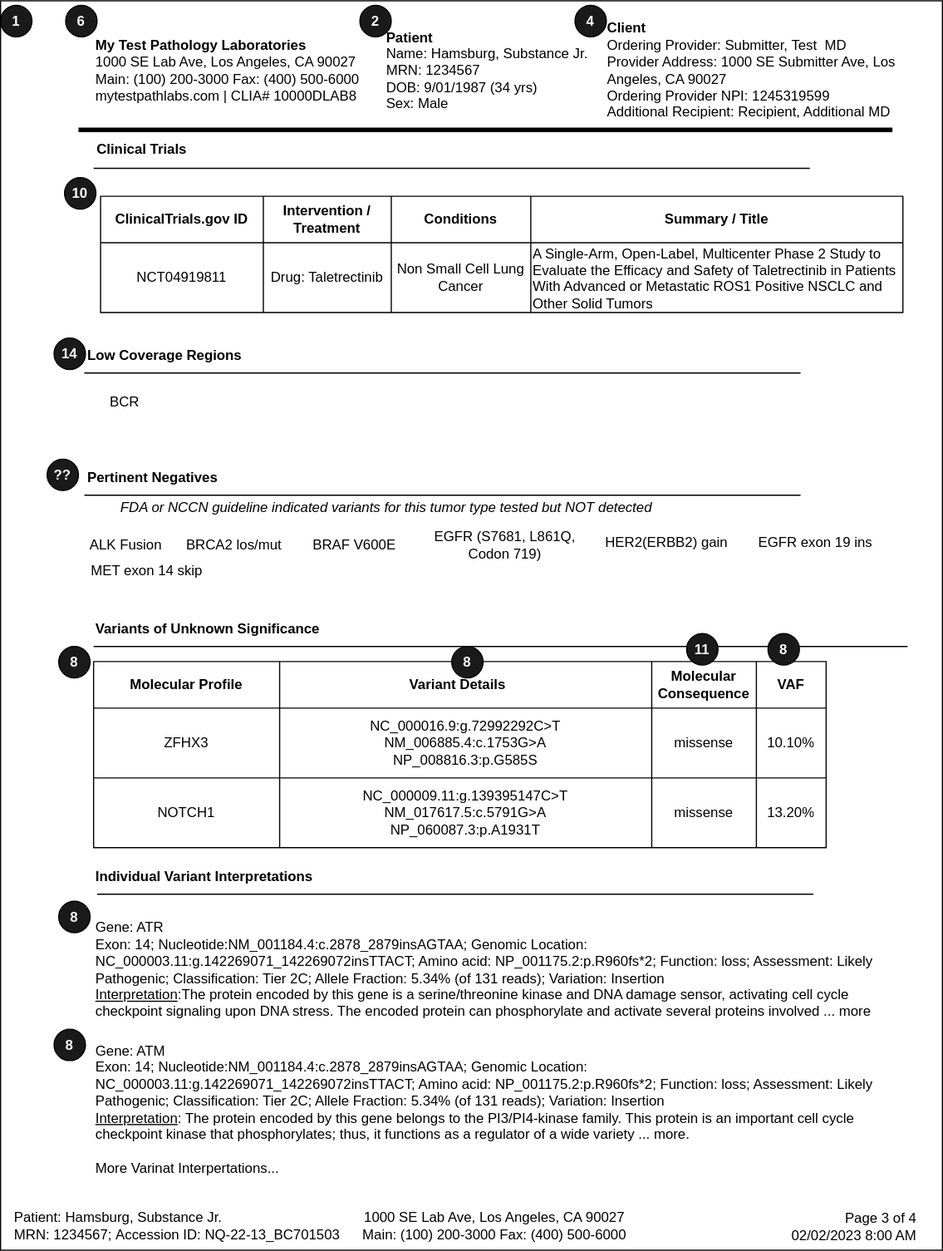
HL7/genomics-reporting keeps this draw.io diagram as input/images/Report_Page3.svg. Above is the earlier version. Source tidied: cells renumbered, new cells last; positions are measured from the earlier drawing's top-left corner, leaving out a move shared by most shapes.
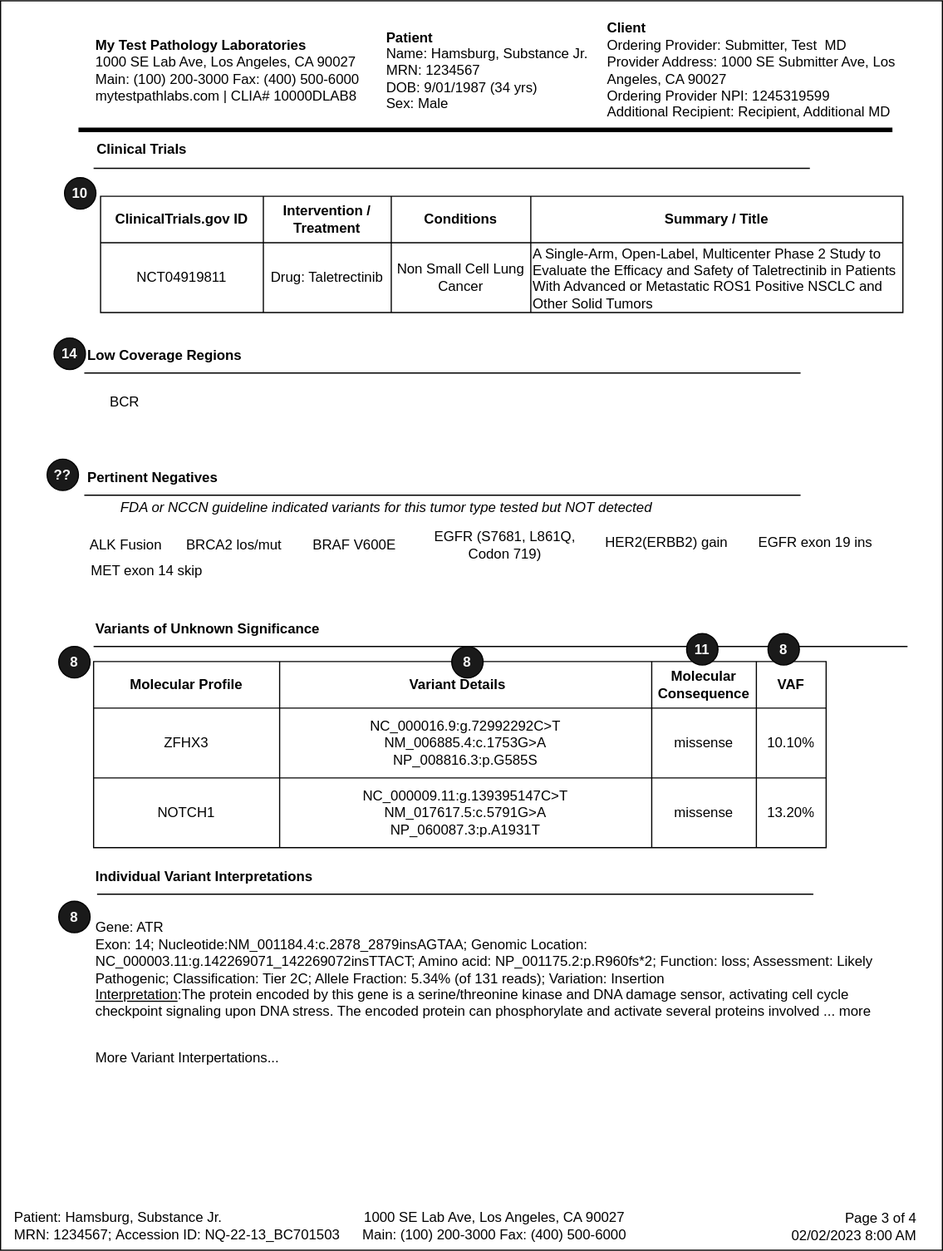
Later version of the same file.

Commit message:
Updates to somatic page

What changed in the source:
```diff
@@ -89,8 +89,8 @@
     <mxCell id="28" value="Gene: ATR&lt;br&gt;Exon: 14; Nucleotide:NM_001184.4:c.2878_2879insAGTAA; Genomic Location: NC_000003.11:g.142269071_142269072insTTACT; Amino acid: NP_001175.2:p.R960fs*2; Function: loss; Assessment: Likely Pathogenic; Classification: Tier 2C; Allele Fraction: 5.34% (of 131 reads); Variation: Insertion&lt;br&gt;&lt;u&gt;Interpretation&lt;/u&gt;:The protein encoded by this gene is a serine/threonine kinase and DNA damage sensor, activating cell cycle checkpoint signaling upon DNA stress. The encoded protein can phosphorylate and activate several proteins involved ... more" style="text;html=1;strokeColor=none;fillColor=none;align=left;verticalAlign=middle;whiteSpace=wrap;rounded=0;" parent="1" vertex="1">
       <mxGeometry x="80" y="783" width="680" height="100" as="geometry" />
     </mxCell>
-    <mxCell id="29" value="Gene: ATM&lt;br&gt;Exon: 14; Nucleotide:NM_001184.4:c.2878_2879insAGTAA; Genomic Location: NC_000003.11:g.142269071_142269072insTTACT; Amino acid: NP_001175.2:p.R960fs*2; Function: loss; Assessment: Likely Pathogenic; Classification: Tier 2C; Allele Fraction: 5.34% (of 131 reads); Variation: Insertion&lt;br&gt;&lt;u&gt;Interpretation&lt;/u&gt;: The protein encoded by this gene belongs to the PI3/PI4-kinase family. This protein is an important cell cycle checkpoint kinase that phosphorylates; thus, it functions as a regulator of a wide variety ... more.&lt;br&gt;&lt;br&gt;More Varinat Interpertations...&amp;nbsp;" style="text;html=1;strokeColor=none;fillColor=none;align=left;verticalAlign=middle;whiteSpace=wrap;rounded=0;" parent="1" vertex="1">
-      <mxGeometry x="80" y="894" width="700" height="117" as="geometry" />
+    <mxCell id="29" value="More Variant Interpertations...&amp;nbsp;" style="text;html=1;strokeColor=none;fillColor=none;align=left;verticalAlign=middle;whiteSpace=wrap;rounded=0;" parent="1" vertex="1">
+      <mxGeometry x="80" y="894" width="700" height="30" as="geometry" />
     </mxCell>
     <mxCell id="30" value="Patient: Hamsburg, Substance Jr.&lt;br style=&quot;border-color: var(--border-color);&quot;&gt;MRN: 1234567;&amp;nbsp;Accession ID:&amp;nbsp;NQ-22-13_BC701503" style="text;html=1;strokeColor=none;fillColor=none;align=left;verticalAlign=middle;whiteSpace=wrap;rounded=0;" parent="1" vertex="1">
       <mxGeometry x="10" y="1033" width="300" height="40" as="geometry" />
@@ -185,18 +185,6 @@
     <mxCell id="57" value="&lt;b&gt;Client&lt;br&gt;&lt;/b&gt;Ordering Provider: Submitter, Test&amp;nbsp; MD&lt;br style=&quot;border-color: var(--border-color);&quot;&gt;Provider Address: 1000 SE Submitter Ave, Los Angeles, CA 90027&lt;br&gt;Ordering Provider NPI: 1245319599&lt;br&gt;Additional Recipient: Recipient, Additional MD" style="text;html=1;strokeColor=none;fillColor=none;align=left;verticalAlign=middle;whiteSpace=wrap;rounded=0;" parent="1" vertex="1">
       <mxGeometry x="520" y="20" width="290" height="80" as="geometry" />
     </mxCell>
-    <mxCell id="58" value="&lt;font color=&quot;#ffffff&quot; style=&quot;font-size: 12px;&quot;&gt;&lt;b&gt;2&lt;/b&gt;&lt;/font&gt;" style="ellipse;whiteSpace=wrap;html=1;fillColor=#1A1A1A;direction=south;" parent="1" vertex="1">
-      <mxGeometry x="309" y="4" width="27" height="27" as="geometry" />
-    </mxCell>
-    <mxCell id="59" value="&lt;font color=&quot;#ffffff&quot; style=&quot;font-size: 12px;&quot;&gt;&lt;b&gt;6&lt;/b&gt;&lt;/font&gt;" style="ellipse;whiteSpace=wrap;html=1;fillColor=#1A1A1A;direction=south;" parent="1" vertex="1">
-      <mxGeometry x="56" y="4" width="27" height="27" as="geometry" />
-    </mxCell>
-    <mxCell id="60" value="&lt;font color=&quot;#ffffff&quot; style=&quot;font-size: 12px;&quot;&gt;&lt;b&gt;4&lt;/b&gt;&lt;/font&gt;" style="ellipse;whiteSpace=wrap;html=1;fillColor=#1A1A1A;direction=south;" parent="1" vertex="1">
-      <mxGeometry x="494" y="4" width="27" height="27" as="geometry" />
-    </mxCell>
-    <mxCell id="61" value="&lt;font color=&quot;#ffffff&quot; style=&quot;font-size: 12px;&quot;&gt;&lt;b&gt;1&lt;/b&gt;&lt;/font&gt;" style="ellipse;whiteSpace=wrap;html=1;fillColor=#1A1A1A;direction=south;" parent="1" vertex="1">
-      <mxGeometry y="4" width="27" height="27" as="geometry" />
-    </mxCell>
     <mxCell id="62" value="&lt;font color=&quot;#ffffff&quot; style=&quot;font-size: 12px;&quot;&gt;&lt;b&gt;10&lt;/b&gt;&lt;/font&gt;" style="ellipse;whiteSpace=wrap;html=1;fillColor=#1A1A1A;direction=south;" parent="1" vertex="1">
       <mxGeometry x="55" y="152" width="27" height="27" as="geometry" />
     </mxCell>
@@ -221,8 +209,5 @@
     <mxCell id="69" value="&lt;font color=&quot;#ffffff&quot; style=&quot;font-size: 12px;&quot;&gt;&lt;b&gt;8&lt;/b&gt;&lt;/font&gt;" style="ellipse;whiteSpace=wrap;html=1;fillColor=#1A1A1A;direction=south;" parent="1" vertex="1">
       <mxGeometry x="50" y="774" width="27" height="27" as="geometry" />
     </mxCell>
-    <mxCell id="70" value="&lt;font color=&quot;#ffffff&quot; style=&quot;font-size: 12px;&quot;&gt;&lt;b&gt;8&lt;/b&gt;&lt;/font&gt;" style="ellipse;whiteSpace=wrap;html=1;fillColor=#1A1A1A;direction=south;" parent="1" vertex="1">
-      <mxGeometry x="46" y="884" width="27" height="27" as="geometry" />
-    </mxCell>
   </root>
 </mxGraphModel>
```
